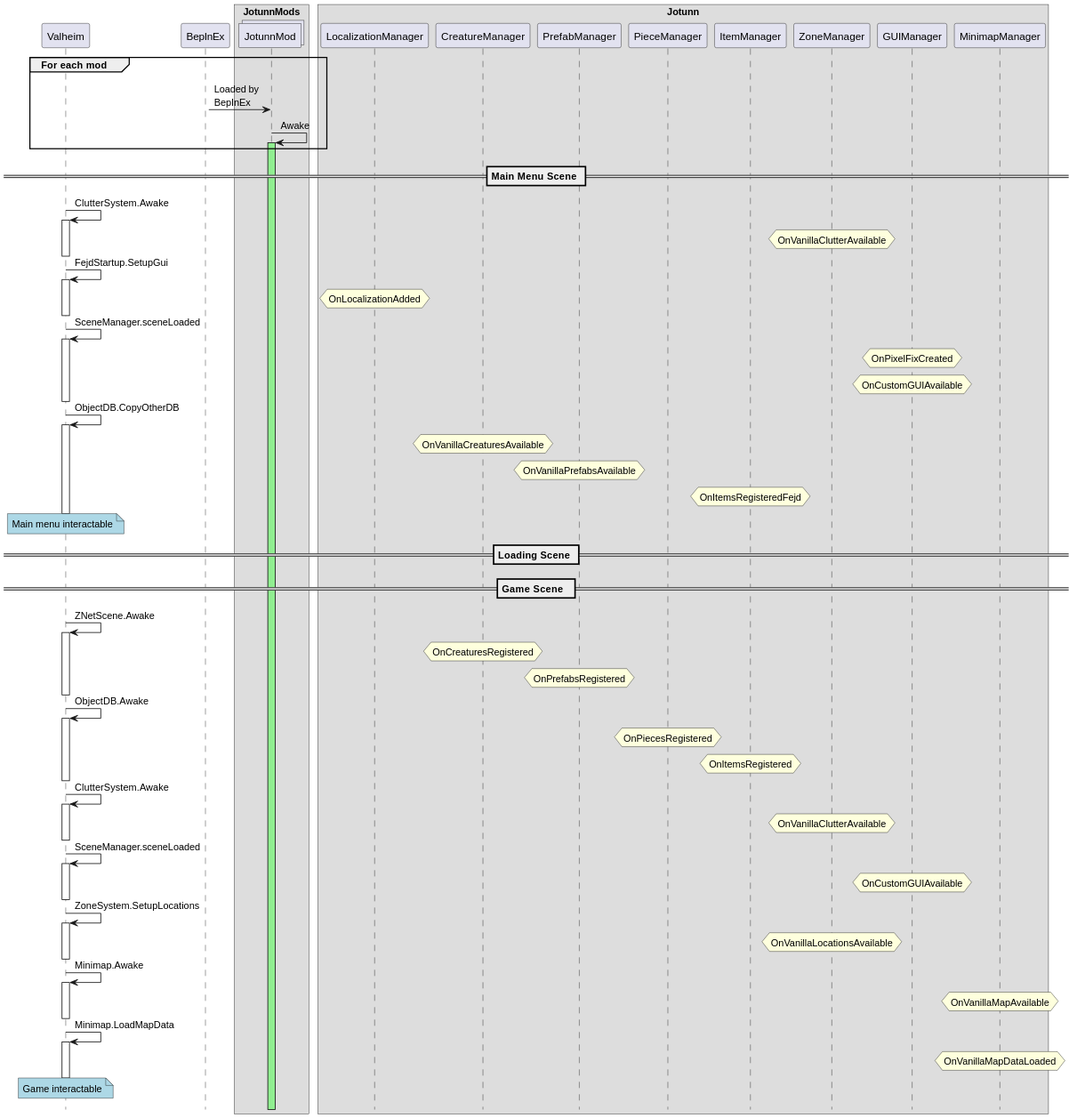
The PlantUML diagram JotunnLib/Documentation/images/data/eventFlow.svg in Valheim-Modding/Jotunn, before a commit.
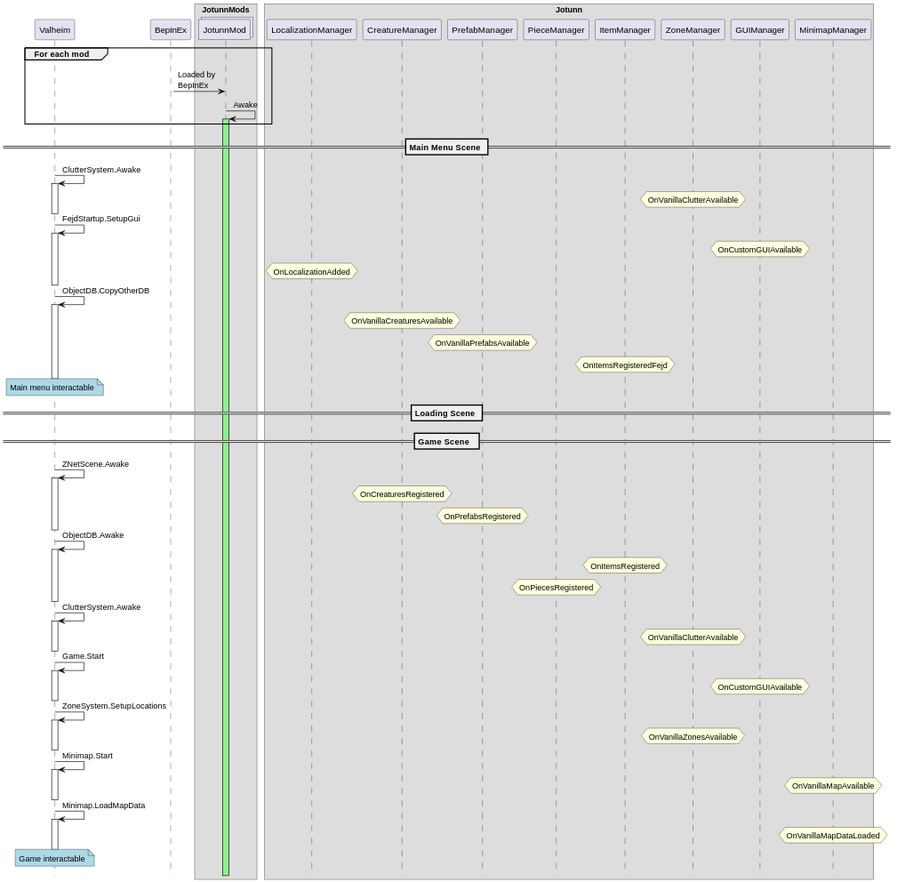
The same diagram one commit later.

Commit message:
docs: updated event flow for Valheim 0.217.38

The edit, as a diff of the source:
```diff
@@ -32,16 +32,12 @@
 deactivate Valheim
 
 Valheim -> Valheim++: FejdStartup.SetupGui
+    hnote over GUIManager: OnCustomGUIAvailable
     hnote over LocalizationManager: OnLocalizationAdded
 deactivate Valheim
 
-Valheim -> Valheim++: SceneManager.sceneLoaded
-    hnote over GUIManager: OnPixelFixCreated
-    hnote over GUIManager: OnCustomGUIAvailable
-deactivate Valheim
-
 Valheim -> Valheim++: ObjectDB.CopyOtherDB
-    hnote over CreatureManager : OnVanillaCreaturesAvailable
+    hnote over CreatureManager: OnVanillaCreaturesAvailable
     hnote over PrefabManager: OnVanillaPrefabsAvailable
     hnote over ItemManager: OnItemsRegisteredFejd
 deactivate Valheim
@@ -51,33 +47,33 @@
 == Loading Scene ==
 == Game Scene  ==
 
-Valheim -> Valheim ++: ZNetScene.Awake
+Valheim -> Valheim++: ZNetScene.Awake
     hnote over CreatureManager: OnCreaturesRegistered
     hnote over PrefabManager: OnPrefabsRegistered
 deactivate Valheim
 
-Valheim -> Valheim++ : ObjectDB.Awake
+Valheim -> Valheim++: ObjectDB.Awake
+    hnote over ItemManager: OnItemsRegistered
     hnote over PieceManager: OnPiecesRegistered
-    hnote over ItemManager: OnItemsRegistered
 deactivate Valheim
 
 Valheim -> Valheim++: ClutterSystem.Awake
     hnote over ZoneManager: OnVanillaClutterAvailable
 deactivate Valheim
 
-Valheim -> Valheim++: SceneManager.sceneLoaded
+Valheim -> Valheim++: Game.Start
     hnote over GUIManager: OnCustomGUIAvailable
 deactivate Valheim
 
-Valheim -> Valheim ++: ZoneSystem.SetupLocations
-    hnote over ZoneManager: OnVanillaLocationsAvailable
+Valheim -> Valheim++: ZoneSystem.SetupLocations
+    hnote over ZoneManager: OnVanillaZonesAvailable
 deactivate Valheim
 
-Valheim -> Valheim ++: Minimap.Awake
+Valheim -> Valheim++: Minimap.Start
     hnote over MinimapManager: OnVanillaMapAvailable
 deactivate Valheim
 
-Valheim -> Valheim ++: Minimap.LoadMapData
+Valheim -> Valheim++: Minimap.LoadMapData
     hnote over MinimapManager: OnVanillaMapDataLoaded
 deactivate Valheim
 
```
